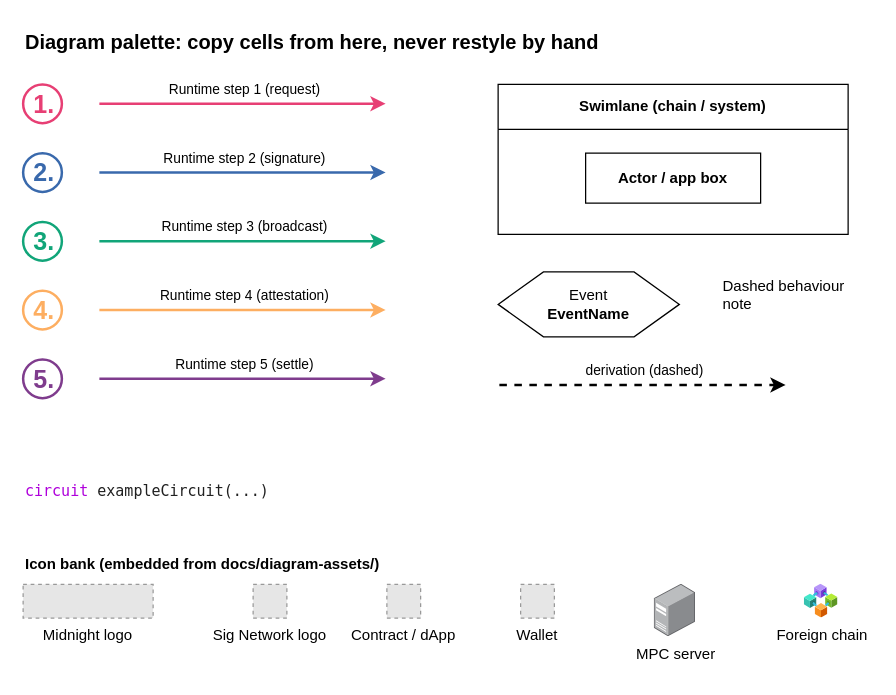
This is docs/diagram-palette.drawio from sig-net/midnight-examples, a draw.io file, before an edit. Source tidied: cells renumbered, new cells numbered last; positions are measured from the earlier drawing's top-left corner, leaving out a move shared by most shapes. Both pictures are drawn from the tidied source at 125%, with x=0, y=0 at pixel (22, 21). Pictures stored in the file or linked from it are replaced by grey dashed boxes.
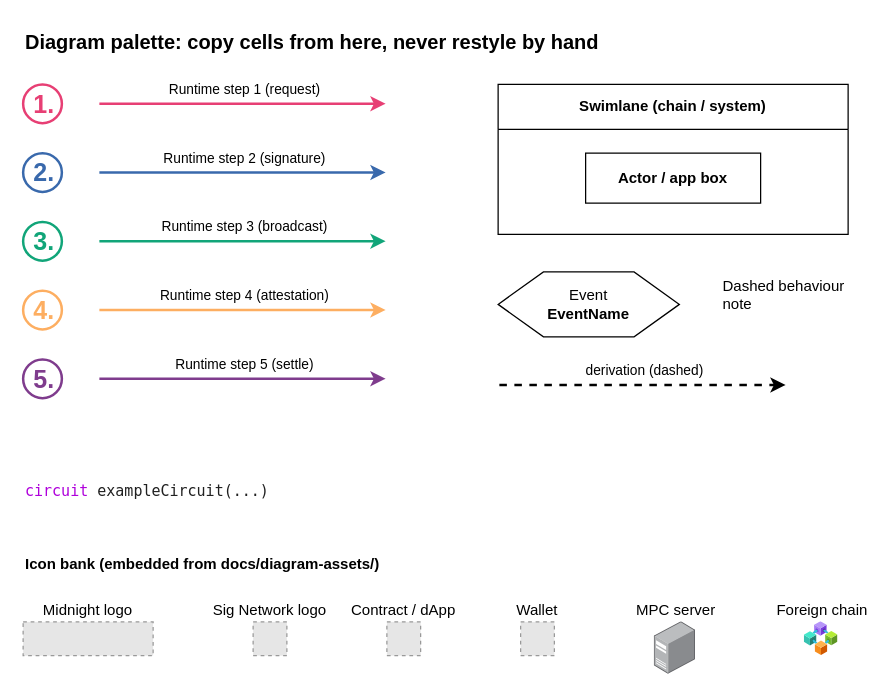
The same diagram, later.

Commit message (it also covers changes not shown here):
docs: composition, caption/anchor and step-cohesion diagram rules, A1 regrouped

Diff of the diagram source:
```diff
@@
-    <mxCell id="38" value="Midnight logo" style="fillColor=#E6E6E6;strokeColor=#999999;dashed=1;verticalLabelPosition=bottom;labelBackgroundColor=default;verticalAlign=top;" parent="1" vertex="1">
-      <mxGeometry y="450" width="104" height="27" as="geometry" />
+    <mxCell id="38" value="Midnight logo" style="fillColor=#E6E6E6;strokeColor=#999999;dashed=1;verticalLabelPosition=top;labelBackgroundColor=default;verticalAlign=bottom;" parent="1" vertex="1">
+      <mxGeometry y="480" width="104" height="27" as="geometry" />
     </mxCell>
-    <mxCell id="39" value="Sig Network logo" style="fillColor=#E6E6E6;strokeColor=#999999;dashed=1;verticalLabelPosition=bottom;labelBackgroundColor=default;verticalAlign=top;" parent="1" vertex="1">
-      <mxGeometry x="184" y="450" width="27" height="27" as="geometry" />
+    <mxCell id="39" value="Sig Network logo" style="fillColor=#E6E6E6;strokeColor=#999999;dashed=1;verticalLabelPosition=top;labelBackgroundColor=default;verticalAlign=bottom;" parent="1" vertex="1">
+      <mxGeometry x="184" y="480" width="27" height="27" as="geometry" />
     </mxCell>
-    <mxCell id="40" value="Contract / dApp" style="fillColor=#E6E6E6;strokeColor=#999999;dashed=1;verticalLabelPosition=bottom;labelBackgroundColor=default;verticalAlign=top;" parent="1" vertex="1">
-      <mxGeometry x="291" y="450" width="27" height="27" as="geometry" />
+    <mxCell id="40" value="Contract / dApp" style="fillColor=#E6E6E6;strokeColor=#999999;dashed=1;verticalLabelPosition=top;labelBackgroundColor=default;verticalAlign=bottom;" parent="1" vertex="1">
+      <mxGeometry x="291" y="480" width="27" height="27" as="geometry" />
     </mxCell>
-    <mxCell id="41" value="Wallet" style="fillColor=#E6E6E6;strokeColor=#999999;dashed=1;verticalLabelPosition=bottom;labelBackgroundColor=default;verticalAlign=top;" parent="1" vertex="1">
-      <mxGeometry x="398" y="450" width="27" height="27" as="geometry" />
+    <mxCell id="41" value="Wallet" style="fillColor=#E6E6E6;strokeColor=#999999;dashed=1;verticalLabelPosition=top;labelBackgroundColor=default;verticalAlign=bottom;" parent="1" vertex="1">
+      <mxGeometry x="398" y="480" width="27" height="27" as="geometry" />
     </mxCell>
-    <mxCell id="42" value="MPC server" style="image;html=1;align=center;fontSize=12;image=img/lib/allied_telesis/computer_and_terminals/Server_Desktop.svg;verticalLabelPosition=bottom;verticalAlign=top;" parent="1" vertex="1">
-      <mxGeometry x="505" y="450" width="33" height="42" as="geometry" />
+    <mxCell id="42" value="MPC server" style="image;html=1;align=center;fontSize=12;image=img/lib/allied_telesis/computer_and_terminals/Server_Desktop.svg;verticalLabelPosition=top;verticalAlign=bottom;" parent="1" vertex="1">
+      <mxGeometry x="505" y="480" width="33" height="42" as="geometry" />
     </mxCell>
-    <mxCell id="43" value="Foreign chain" style="image;html=1;align=center;fontSize=12;image=img/lib/azure2/blockchain/Consortium.svg;verticalLabelPosition=bottom;verticalAlign=top;" parent="1" vertex="1">
-      <mxGeometry x="625" y="450" width="27" height="27" as="geometry" />
+    <mxCell id="43" value="Foreign chain" style="image;html=1;align=center;fontSize=12;image=img/lib/azure2/blockchain/Consortium.svg;verticalLabelPosition=top;verticalAlign=bottom;" parent="1" vertex="1">
+      <mxGeometry x="625" y="480" width="27" height="27" as="geometry" />
     </mxCell>
```
